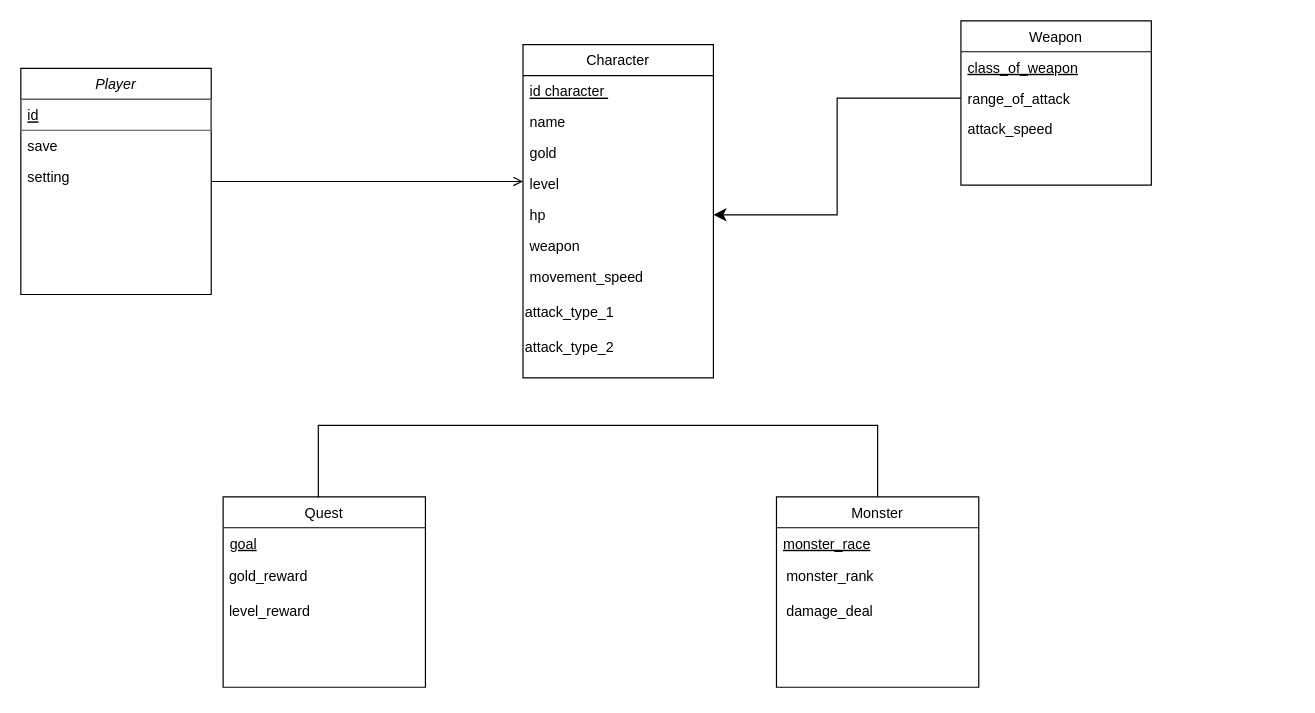
The draw.io diagram SDQHE.drawio in pminhtu24/Game-fropig2.0, before the edit. Source tidied: cells renumbered, new cells numbered last; positions are measured from the earlier drawing's top-left corner, leaving out a move shared by most shapes. Both pictures are drawn from the tidied source at 119%, with x=0, y=0 at pixel (20, 20).
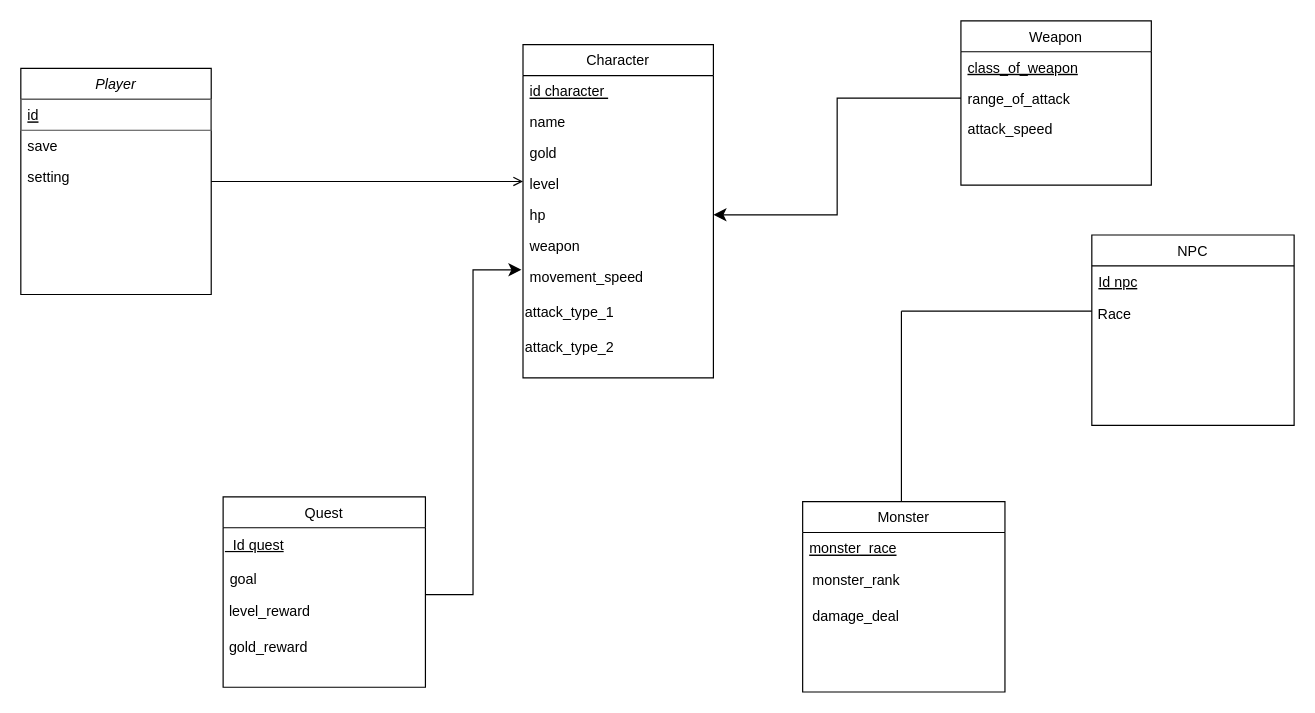
After the change.

The change refers to these unchanged cells:
```xml
<mxCell id="21" value="movement_speed" style="text;align=left;verticalAlign=top;spacingLeft=4;spacingRight=4;overflow=hidden;points=[[0,0.5],[1,0.5]];portConstraint=eastwest;" parent="14" vertex="1">
  <mxGeometry y="182" width="160" height="28" as="geometry" />
</mxCell>
<mxCell id="26" value="Quest" style="swimlane;fontStyle=0;align=center;verticalAlign=top;horizontal=1;startSize=26;rounded=0;shadow=0;strokeWidth=1;" parent="1" vertex="1">
  <mxGeometry x="170" y="400" width="170" height="160" as="geometry" />
</mxCell>
```

What changed in the source:
```diff
@@
     <mxCell id="10" value="Monster" style="swimlane;fontStyle=0;align=center;verticalAlign=top;horizontal=1;startSize=26;rounded=0;shadow=0;strokeWidth=1;" parent="1" vertex="1">
-      <mxGeometry x="635" y="400" width="170" height="160" as="geometry" />
+      <mxGeometry x="657" y="404" width="170" height="160" as="geometry" />
     </mxCell>
@@
+    <mxCell id="32" value="&lt;u&gt;&amp;nbsp; Id quest&lt;/u&gt;" style="text;html=1;align=left;verticalAlign=middle;strokeColor=none;fillColor=none;" parent="26" vertex="1">
+      <mxGeometry y="26" width="170" height="30" as="geometry" />
+    </mxCell>
-    <mxCell id="27" value="goal" style="text;align=left;verticalAlign=top;spacingLeft=4;spacingRight=4;overflow=hidden;fontStyle=4;" parent="26" vertex="1">
-      <mxGeometry y="26" width="170" height="26" as="geometry" />
+    <mxCell id="27" value="goal" style="text;align=left;verticalAlign=top;spacingLeft=4;spacingRight=4;overflow=hidden;fontStyle=0;" parent="26" vertex="1">
+      <mxGeometry y="56" width="170" height="26" as="geometry" />
     </mxCell>
+    <mxCell id="29" value="&amp;nbsp;level_reward" style="text;html=1;align=left;verticalAlign=middle;strokeColor=none;fillColor=none;" parent="26" vertex="1">
+      <mxGeometry y="82" width="170" height="30" as="geometry" />
+    </mxCell>
     <mxCell id="28" value="&amp;nbsp;gold_reward" style="text;html=1;align=left;verticalAlign=middle;strokeColor=none;fillColor=none;" parent="26" vertex="1">
-      <mxGeometry y="52" width="170" height="30" as="geometry" />
+      <mxGeometry y="112" width="170" height="30" as="geometry" />
     </mxCell>
-    <mxCell id="29" value="&amp;nbsp;level_reward" style="text;html=1;align=left;verticalAlign=middle;strokeColor=none;fillColor=none;" parent="26" vertex="1">
-      <mxGeometry y="82" width="170" height="30" as="geometry" />
-    </mxCell>
-    <mxCell id="30" style="shape=partialRectangle;whiteSpace=wrap;html=1;bottom=0;right=0;fillColor=none;" parent="1" vertex="1">
-      <mxGeometry x="250" y="340" width="470" height="60" as="geometry" />
-    </mxCell>
-    <mxCell id="31" style="line;strokeWidth=1;direction=south;html=1;fontSize=2;" parent="1" vertex="1">
-      <mxGeometry x="715" y="340" width="10" height="60" as="geometry" />
-    </mxCell>
+    <mxCell id="33" style="line;strokeWidth=1;direction=south;html=1;" parent="1" vertex="1">
+      <mxGeometry x="735" y="244" width="10" height="160" as="geometry" />
+    </mxCell>
+    <mxCell id="34" style="line;strokeWidth=1;html=1;perimeter=backbonePerimeter;" parent="1" vertex="1">
+      <mxGeometry x="740" y="239" width="160" height="10" as="geometry" />
+    </mxCell>
+    <mxCell id="35" value="NPC" style="swimlane;fontStyle=0;align=center;verticalAlign=top;horizontal=1;startSize=26;rounded=0;shadow=0;strokeWidth=1;" parent="1" vertex="1">
+      <mxGeometry x="900" y="180" width="170" height="160" as="geometry" />
+    </mxCell>
+    <mxCell id="36" value="Id npc" style="text;align=left;verticalAlign=top;spacingLeft=4;spacingRight=4;overflow=hidden;fontStyle=4;" parent="35" vertex="1">
+      <mxGeometry y="26" width="170" height="26" as="geometry" />
+    </mxCell>
+    <mxCell id="37" value="&amp;nbsp;Race" style="text;html=1;align=left;verticalAlign=middle;strokeColor=none;fillColor=none;" parent="35" vertex="1">
+      <mxGeometry y="52" width="170" height="30" as="geometry" />
+    </mxCell>
+    <mxCell id="38" style="edgeStyle=elbowEdgeStyle;elbow=horizontal;endArrow=classic;html=1;curved=0;rounded=0;endSize=8;startSize=8;exitX=1.026;exitY=0.008;exitDx=0;exitDy=0;exitPerimeter=0;entryX=-0.008;entryY=0.258;entryDx=0;entryDy=0;entryPerimeter=0;" parent="1" edge="1" target="21">
+      <mxGeometry relative="1" as="geometry">
+        <mxPoint x="340" y="482.2" as="sourcePoint" />
+      </mxGeometry>
+    </mxCell>
```
